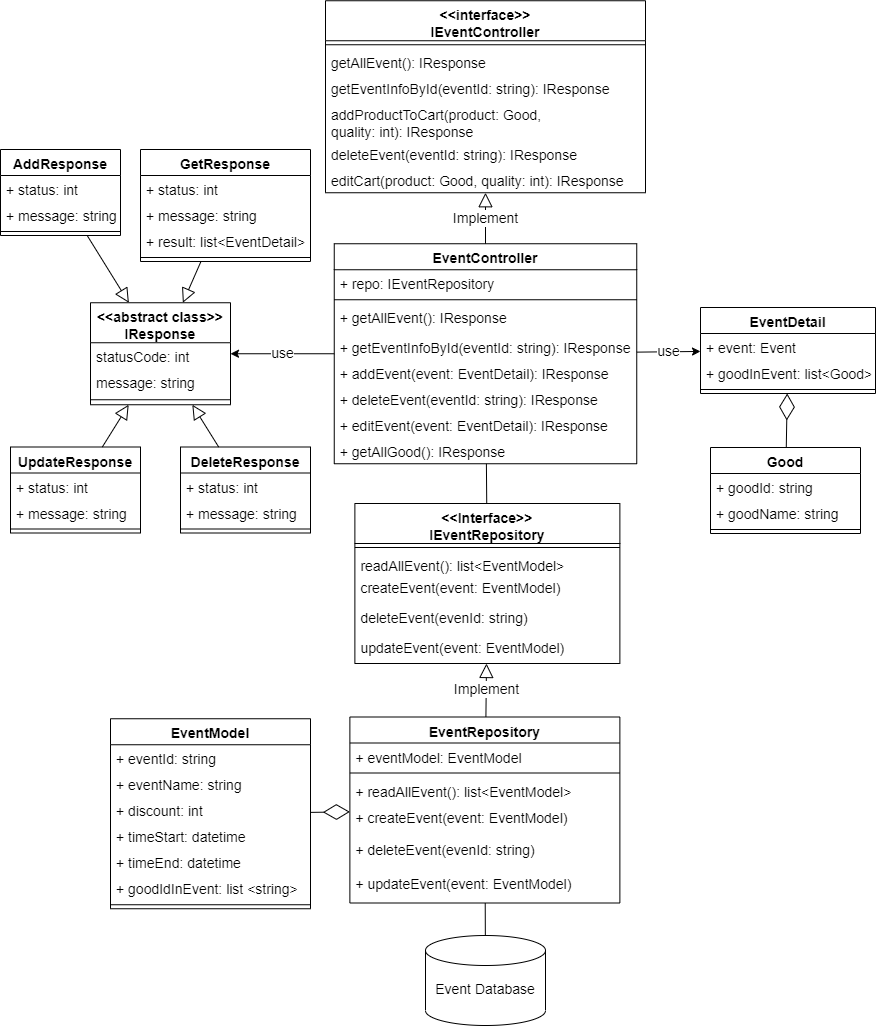
Earlier version of the draw.io export img/Architecture/service/EventService.png (hienbui-iwrp/DACN_report). Source tidied: cells renumbered, new cells last; positions are measured from the earlier drawing's top-left corner, leaving out a move shared by most shapes.
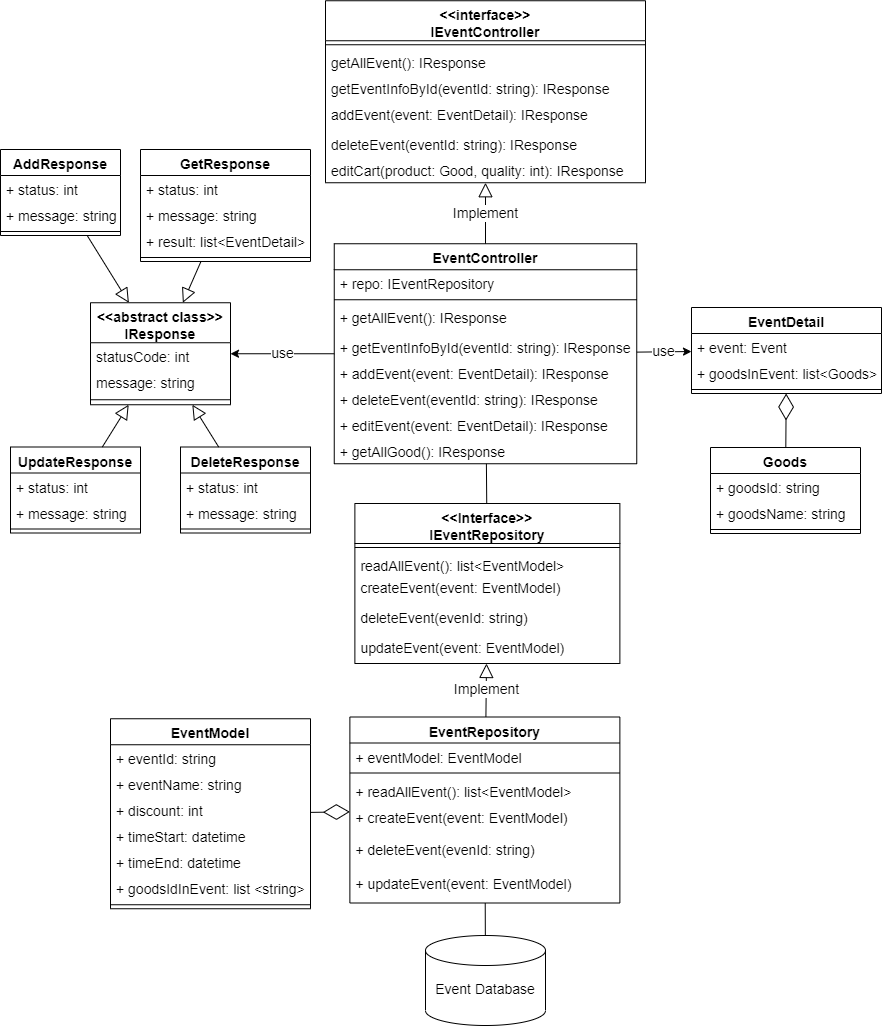
The same file after the commit.

Commit message:
update img service

Change to the diagram source:
```diff
@@ -33,7 +33,7 @@
       <mxGeometry y="194" width="302.5" height="26" as="geometry" />
     </mxCell>
     <mxCell id="12" value="&lt;&lt;interface&gt;&gt;&#10;IEventController" style="swimlane;fontStyle=1;align=center;verticalAlign=top;horizontal=1;startSize=40;fontSize=14;" parent="1" vertex="1">
-      <mxGeometry x="325" y="0.2" width="320" height="192" as="geometry" />
+      <mxGeometry x="325" y="0.2" width="320" height="182" as="geometry" />
     </mxCell>
     <mxCell id="13" style="line;strokeWidth=1;fillColor=none;align=left;verticalAlign=middle;spacingTop=-1;spacingLeft=3;spacingRight=3;labelPosition=right;strokeColor=inherit;fontSize=14;" parent="12" vertex="1">
       <mxGeometry y="40" width="320" height="8" as="geometry" />
@@ -44,14 +44,14 @@
     <mxCell id="15" value="getEventInfoById(eventId: string): IResponse" style="text;strokeColor=none;fillColor=none;align=left;verticalAlign=top;spacingLeft=4;spacingRight=4;overflow=hidden;fontSize=14;" parent="12" vertex="1">
       <mxGeometry y="74" width="320" height="26" as="geometry" />
     </mxCell>
-    <mxCell id="16" value="addProductToCart(product: Good,&#10;quality: int): IResponse" style="text;strokeColor=none;fillColor=none;align=left;verticalAlign=top;spacingLeft=4;spacingRight=4;overflow=hidden;fontSize=14;" parent="12" vertex="1">
-      <mxGeometry y="100" width="320" height="40" as="geometry" />
+    <mxCell id="16" value="addEvent(event: EventDetail): IResponse" style="text;strokeColor=none;fillColor=none;align=left;verticalAlign=top;spacingLeft=4;spacingRight=4;overflow=hidden;fontSize=14;" parent="12" vertex="1">
+      <mxGeometry y="100" width="320" height="30" as="geometry" />
     </mxCell>
     <mxCell id="17" value="deleteEvent(eventId: string): IResponse" style="text;strokeColor=none;fillColor=none;align=left;verticalAlign=top;spacingLeft=4;spacingRight=4;overflow=hidden;fontSize=14;" parent="12" vertex="1">
-      <mxGeometry y="140" width="320" height="26" as="geometry" />
+      <mxGeometry y="130" width="320" height="26" as="geometry" />
     </mxCell>
     <mxCell id="18" value="editCart(product: Good, quality: int): IResponse" style="text;strokeColor=none;fillColor=none;align=left;verticalAlign=top;spacingLeft=4;spacingRight=4;overflow=hidden;fontSize=14;" parent="12" vertex="1">
-      <mxGeometry y="166" width="320" height="26" as="geometry" />
+      <mxGeometry y="156" width="320" height="26" as="geometry" />
     </mxCell>
     <mxCell id="19" value="Implement" style="edgeStyle=none;rounded=0;jettySize=auto;html=1;endArrow=block;endFill=0;endSize=12;fontSize=14;" parent="1" edge="1" source="3" target="12">
       <mxGeometry relative="1" as="geometry" />
@@ -77,7 +77,7 @@
     <mxCell id="26" value="+ timeEnd: datetime" style="text;strokeColor=none;fillColor=none;align=left;verticalAlign=top;spacingLeft=4;spacingRight=4;overflow=hidden;fontSize=14;" parent="21" vertex="1">
       <mxGeometry y="130" width="200" height="26" as="geometry" />
     </mxCell>
-    <mxCell id="27" value="+ goodIdInEvent: list &lt;string&gt;" style="text;strokeColor=none;fillColor=none;align=left;verticalAlign=top;spacingLeft=4;spacingRight=4;overflow=hidden;fontSize=14;" parent="21" vertex="1">
+    <mxCell id="27" value="+ goodsIdInEvent: list &lt;string&gt;" style="text;strokeColor=none;fillColor=none;align=left;verticalAlign=top;spacingLeft=4;spacingRight=4;overflow=hidden;fontSize=14;" parent="21" vertex="1">
       <mxGeometry y="156" width="200" height="26" as="geometry" />
     </mxCell>
     <mxCell id="28" style="line;strokeWidth=1;fillColor=none;align=left;verticalAlign=middle;spacingTop=-1;spacingLeft=3;spacingRight=3;labelPosition=right;strokeColor=inherit;fontSize=14;" parent="21" vertex="1">
@@ -132,24 +132,24 @@
       <mxGeometry relative="1" as="geometry" />
     </mxCell>
     <mxCell id="45" value="EventDetail" style="swimlane;fontStyle=1;align=center;verticalAlign=top;horizontal=1;startSize=26;fontSize=14;" parent="1" vertex="1">
-      <mxGeometry x="700" y="307" width="175" height="86" as="geometry" />
+      <mxGeometry x="691" y="307" width="190" height="86" as="geometry" />
     </mxCell>
     <mxCell id="46" value="+ event: Event" style="text;strokeColor=none;fillColor=none;align=left;verticalAlign=top;spacingLeft=4;spacingRight=4;overflow=hidden;fontSize=14;" parent="45" vertex="1">
-      <mxGeometry y="26" width="175" height="26" as="geometry" />
+      <mxGeometry y="26" width="190" height="26" as="geometry" />
     </mxCell>
-    <mxCell id="47" value="+ goodInEvent: list&lt;Good&gt;" style="text;strokeColor=none;fillColor=none;align=left;verticalAlign=top;spacingLeft=4;spacingRight=4;overflow=hidden;fontSize=14;" parent="45" vertex="1">
-      <mxGeometry y="52" width="175" height="26" as="geometry" />
+    <mxCell id="47" value="+ goodsInEvent: list&lt;Goods&gt;" style="text;strokeColor=none;fillColor=none;align=left;verticalAlign=top;spacingLeft=4;spacingRight=4;overflow=hidden;fontSize=14;" parent="45" vertex="1">
+      <mxGeometry y="52" width="190" height="26" as="geometry" />
     </mxCell>
     <mxCell id="48" style="line;strokeWidth=1;fillColor=none;align=left;verticalAlign=middle;spacingTop=-1;spacingLeft=3;spacingRight=3;labelPosition=right;strokeColor=inherit;fontSize=14;" parent="45" vertex="1">
-      <mxGeometry y="78" width="175" height="8" as="geometry" />
+      <mxGeometry y="78" width="190" height="8" as="geometry" />
     </mxCell>
-    <mxCell id="49" value="Good" style="swimlane;fontStyle=1;align=center;verticalAlign=top;horizontal=1;startSize=26;fontSize=14;" parent="1" vertex="1">
+    <mxCell id="49" value="Goods" style="swimlane;fontStyle=1;align=center;verticalAlign=top;horizontal=1;startSize=26;fontSize=14;" parent="1" vertex="1">
       <mxGeometry x="710" y="447" width="150" height="86" as="geometry" />
     </mxCell>
-    <mxCell id="50" value="+ goodId: string" style="text;strokeColor=none;fillColor=none;align=left;verticalAlign=top;spacingLeft=4;spacingRight=4;overflow=hidden;fontSize=14;" parent="49" vertex="1">
+    <mxCell id="50" value="+ goodsId: string" style="text;strokeColor=none;fillColor=none;align=left;verticalAlign=top;spacingLeft=4;spacingRight=4;overflow=hidden;fontSize=14;" parent="49" vertex="1">
       <mxGeometry y="26" width="150" height="26" as="geometry" />
     </mxCell>
-    <mxCell id="51" value="+ goodName: string" style="text;strokeColor=none;fillColor=none;align=left;verticalAlign=top;spacingLeft=4;spacingRight=4;overflow=hidden;fontSize=14;" parent="49" vertex="1">
+    <mxCell id="51" value="+ goodsName: string" style="text;strokeColor=none;fillColor=none;align=left;verticalAlign=top;spacingLeft=4;spacingRight=4;overflow=hidden;fontSize=14;" parent="49" vertex="1">
       <mxGeometry y="52" width="150" height="26" as="geometry" />
     </mxCell>
     <mxCell id="52" style="line;strokeWidth=1;fillColor=none;align=left;verticalAlign=middle;spacingTop=-1;spacingLeft=3;spacingRight=3;labelPosition=right;strokeColor=inherit;fontSize=14;" parent="49" vertex="1">
```
